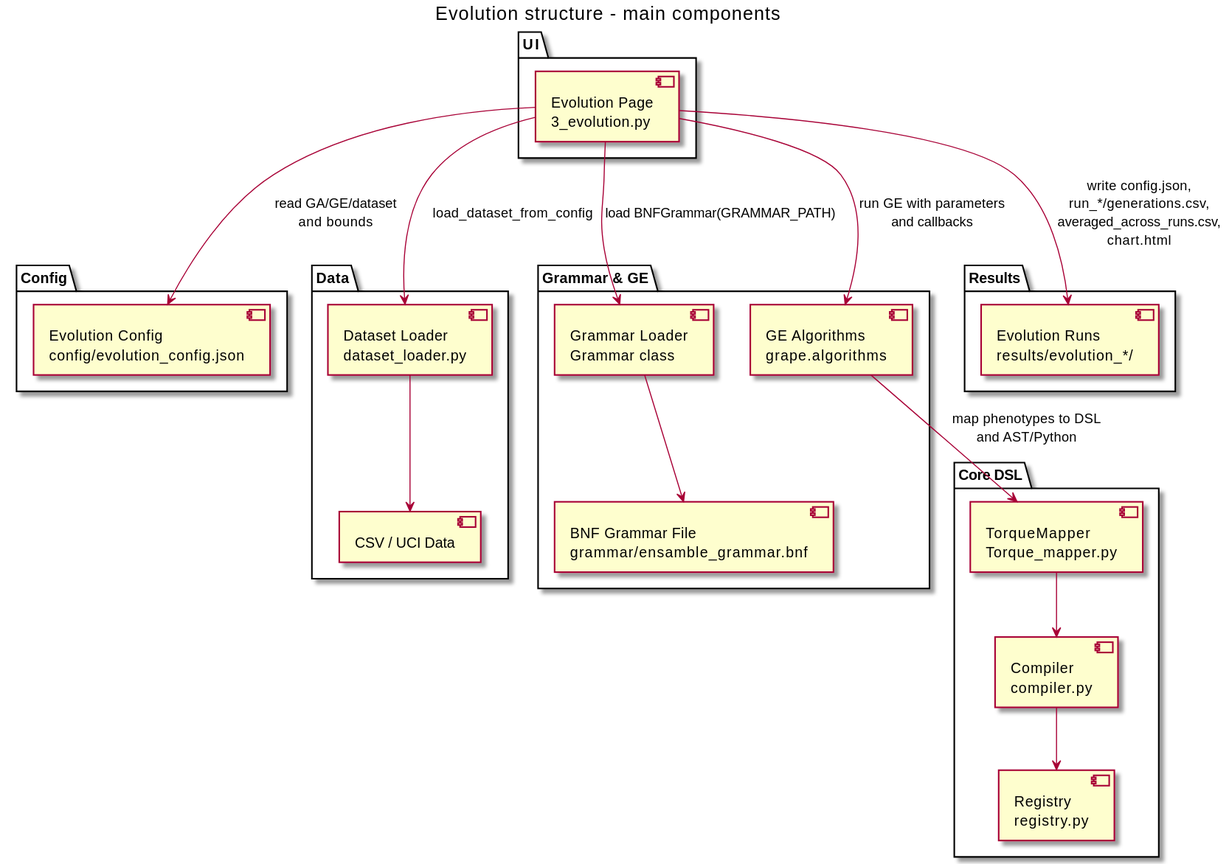
Earlier version of the PlantUML export out/Document/evolution_structure/evolution_structure.svg (aghilhooshmand/Torque).
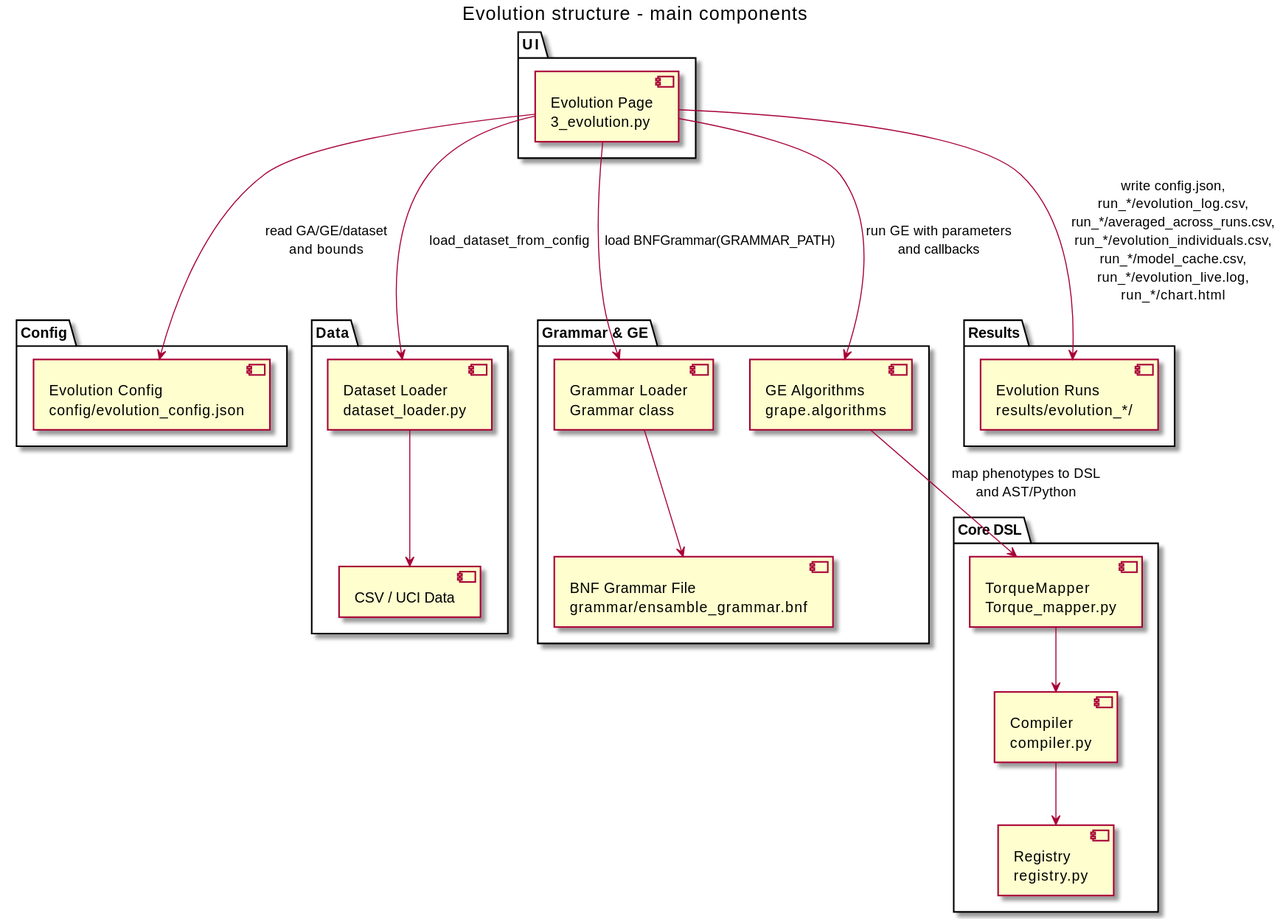
After the commit.

What changed in the source:
```diff
@@ -42,6 +42,6 @@
 TM --> Compiler
 Compiler --> Registry
 
-EvoUI --> EvoResults : write config.json,\nrun_*/generations.csv,\naveraged_across_runs.csv,\nchart.html
+EvoUI --> EvoResults : write config.json,\nrun_*/evolution_log.csv,\nrun_*/averaged_across_runs.csv,\nrun_*/evolution_individuals.csv,\nrun_*/model_cache.csv,\nrun_*/evolution_live.log,\nrun_*/chart.html
 
 @enduml
```
